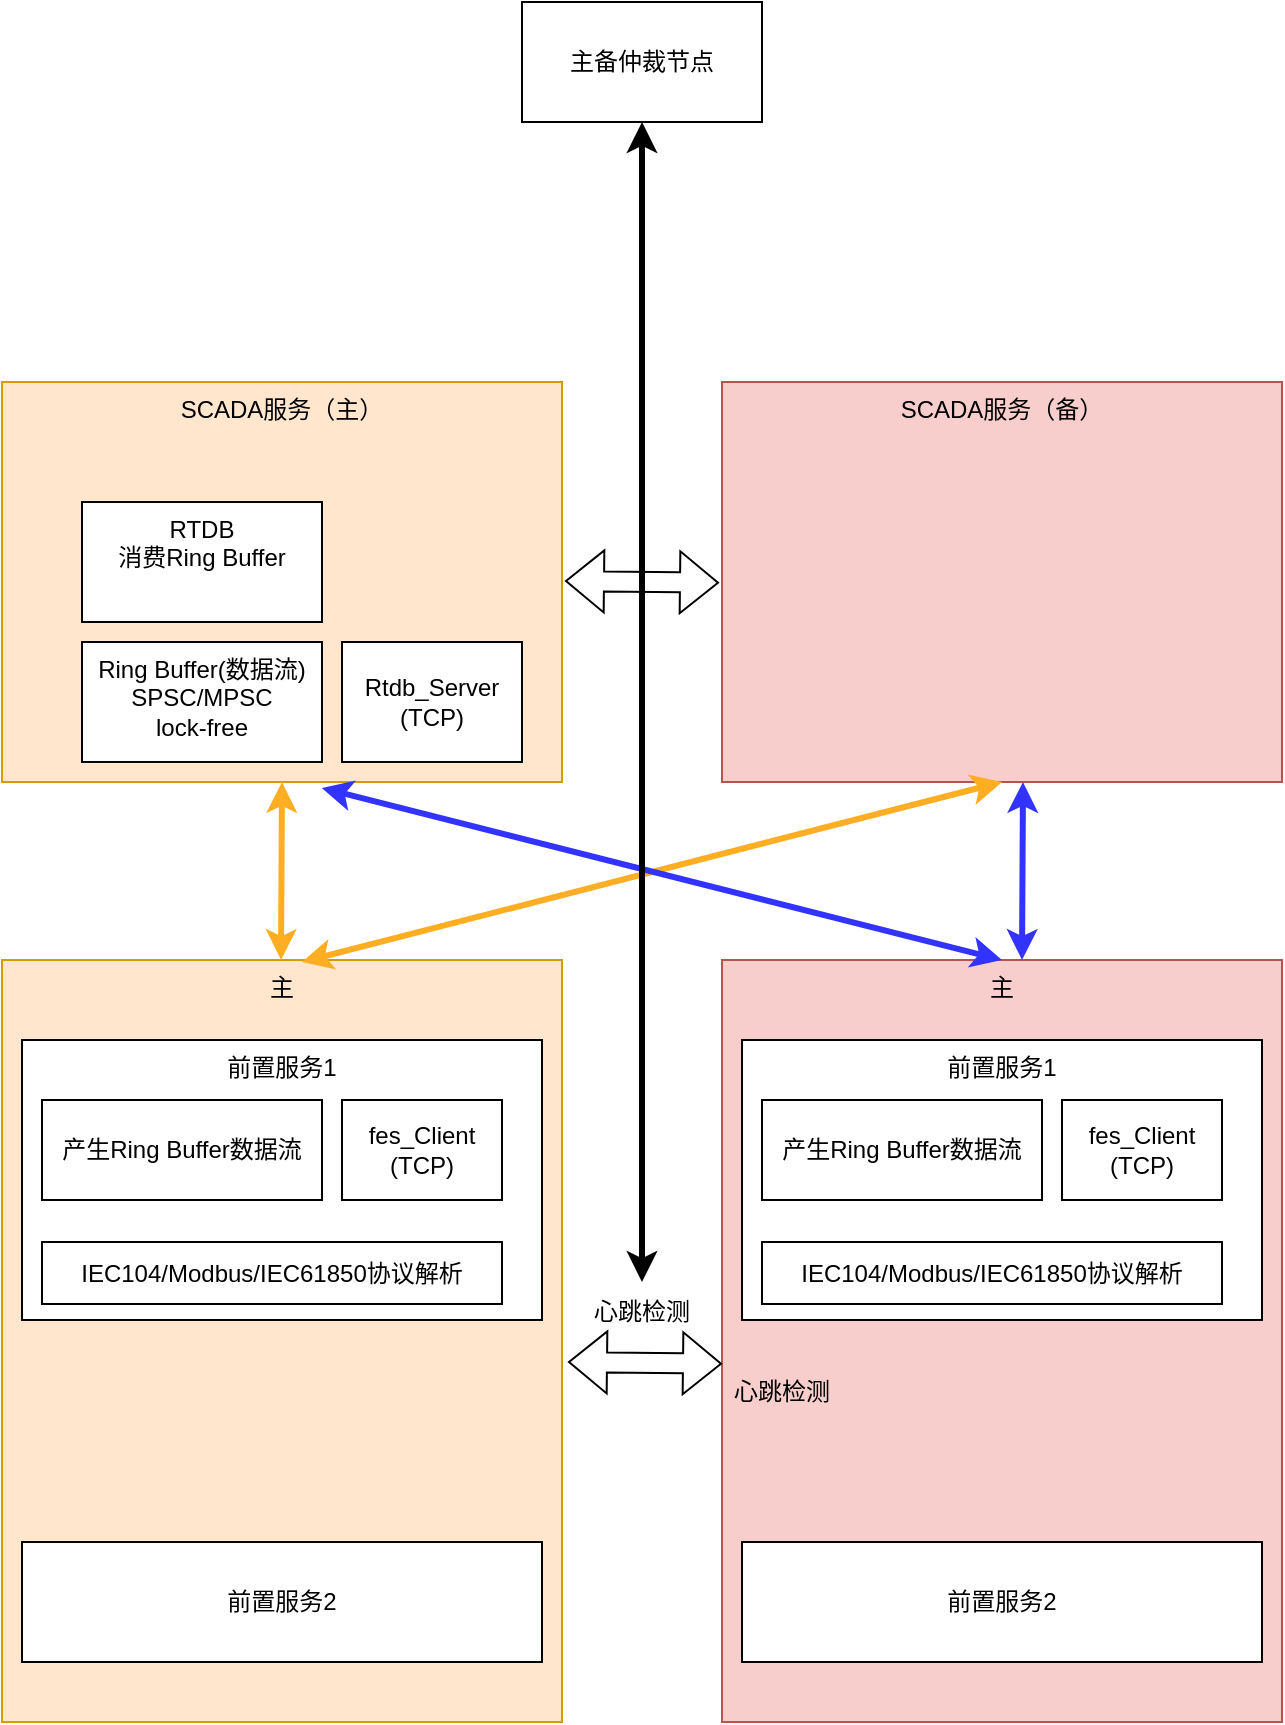
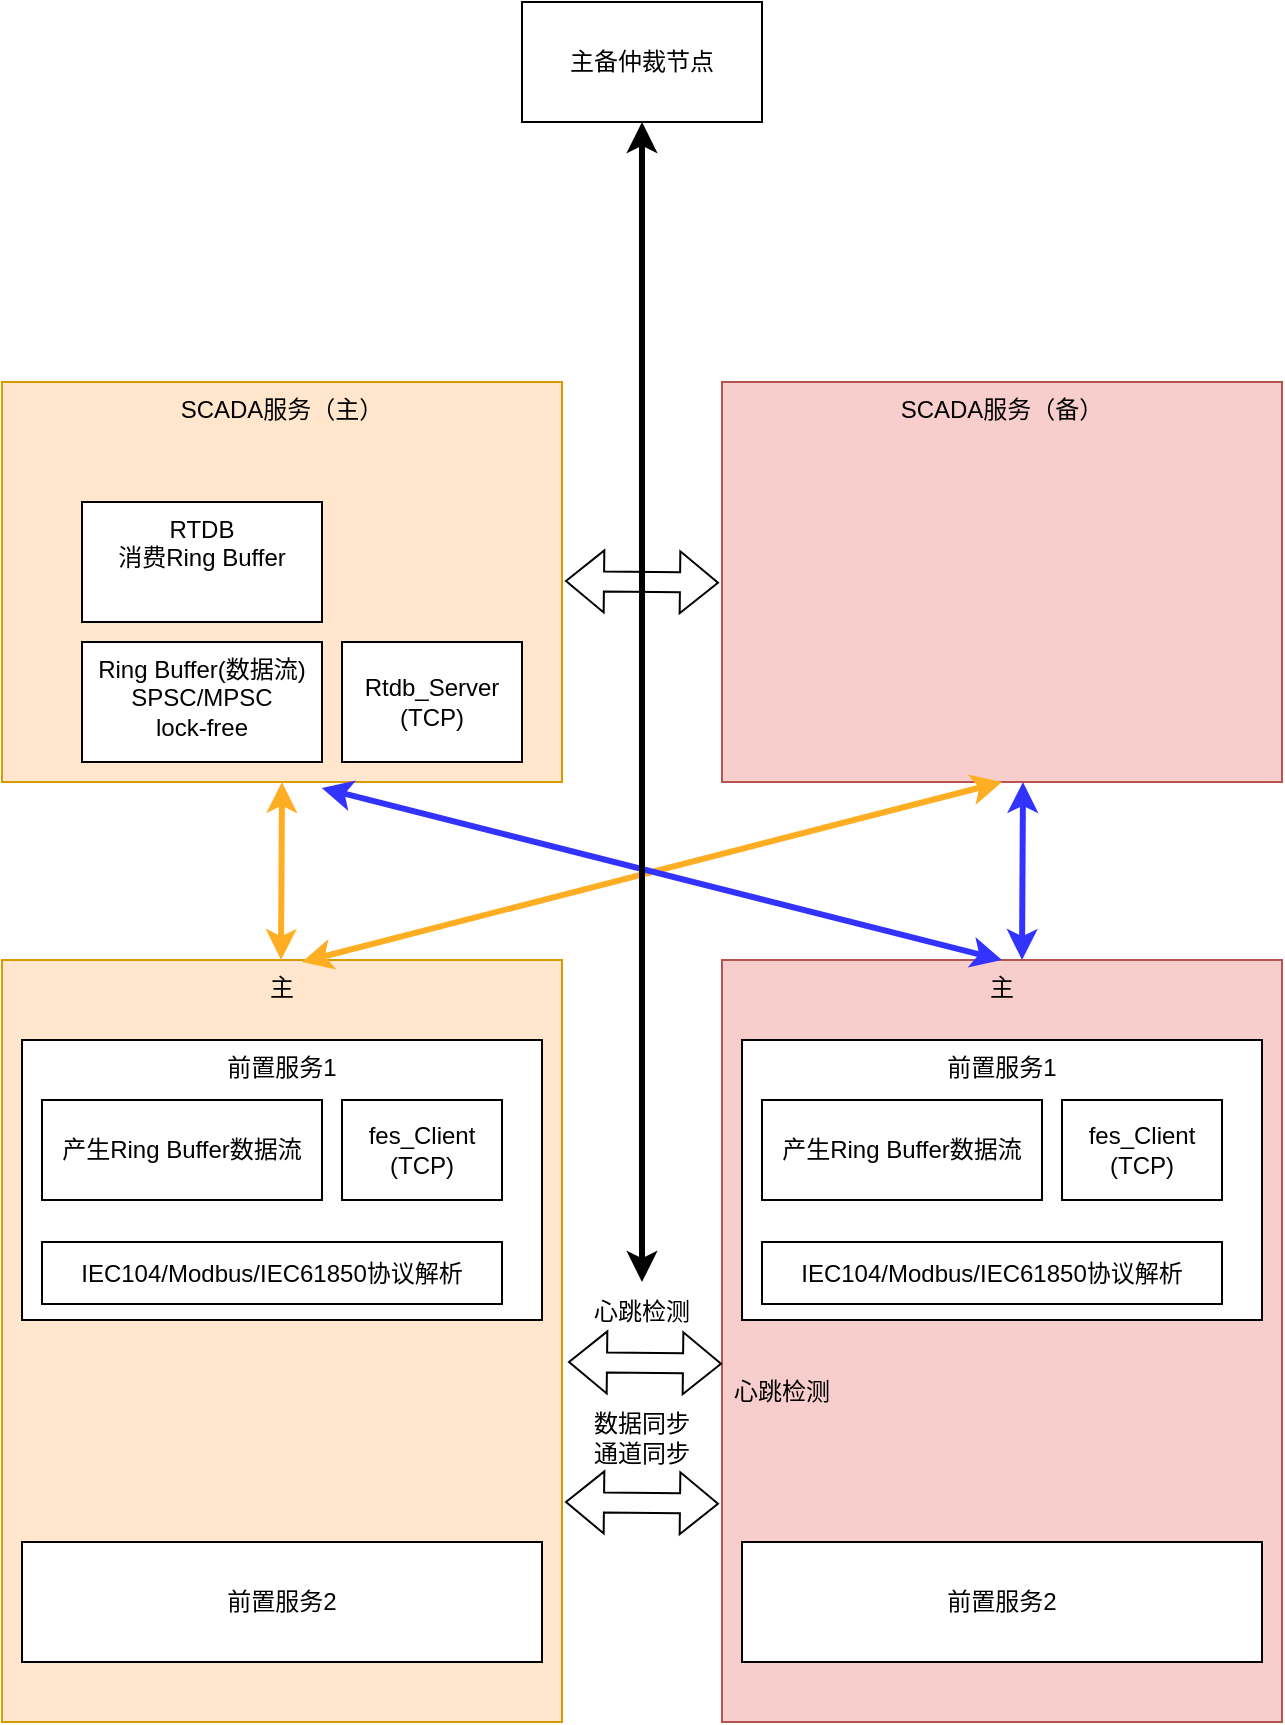
<mxfile host="app.diagrams.net">
  <diagram name="第 1 页" id="B8DYWfWQNEIOsyKvfK1-">
-     <mxGraphModel dx="1414" dy="785" grid="1" gridSize="10" guides="1" tooltips="1" connect="1" arrows="1" fold="1" page="1" pageScale="1" pageWidth="827" pageHeight="1169" math="0" shadow="0">
+     <mxGraphModel dx="1047" dy="581" grid="1" gridSize="10" guides="1" tooltips="1" connect="1" arrows="1" fold="1" page="1" pageScale="1" pageWidth="827" pageHeight="1169" math="0" shadow="0">
      <root>
        <mxCell id="0" />
        <mxCell id="1" parent="0" />
        <mxCell id="kAXPQYTb_9ZiN3N-kw4B-1" parent="1" style="rounded=0;whiteSpace=wrap;html=1;verticalAlign=top;fillColor=#ffe6cc;strokeColor=#d79b00;" value="SCADA服务（主）" vertex="1">
          <mxGeometry height="200" width="280" x="50" y="200" as="geometry" />
        </mxCell>
        <mxCell id="kAXPQYTb_9ZiN3N-kw4B-2" parent="1" style="rounded=0;whiteSpace=wrap;html=1;verticalAlign=top;fillColor=#ffe6cc;strokeColor=#d79b00;" value="主" vertex="1">
          <mxGeometry height="381" width="280" x="50" y="489" as="geometry" />
        </mxCell>
        <mxCell id="kAXPQYTb_9ZiN3N-kw4B-4" parent="1" style="rounded=0;whiteSpace=wrap;html=1;verticalAlign=top;fillColor=#f8cecc;strokeColor=#b85450;" value="SCADA服务（备）" vertex="1">
          <mxGeometry height="200" width="280" x="410" y="200" as="geometry" />
        </mxCell>
        <mxCell id="kAXPQYTb_9ZiN3N-kw4B-5" parent="1" style="rounded=0;whiteSpace=wrap;html=1;verticalAlign=top;align=center;" value="前置服务1" vertex="1">
          <mxGeometry height="140" width="260" x="60" y="529" as="geometry" />
        </mxCell>
        <mxCell id="kAXPQYTb_9ZiN3N-kw4B-6" parent="1" style="rounded=0;whiteSpace=wrap;html=1;" value="前置服务2" vertex="1">
          <mxGeometry height="60" width="260" x="60" y="780" as="geometry" />
        </mxCell>
        <mxCell id="kAXPQYTb_9ZiN3N-kw4B-9" parent="1" style="rounded=0;whiteSpace=wrap;html=1;verticalAlign=top;" value="Ring Buffer(数据流)&lt;div&gt;SPSC/MPSC&lt;/div&gt;&lt;div&gt;lock-free&lt;/div&gt;" vertex="1">
          <mxGeometry height="60" width="120" x="90" y="330" as="geometry" />
        </mxCell>
        <mxCell id="kAXPQYTb_9ZiN3N-kw4B-10" parent="1" style="rounded=0;whiteSpace=wrap;html=1;verticalAlign=top;" value="RTDB&lt;div&gt;消费Ring Buffer&lt;/div&gt;" vertex="1">
          <mxGeometry height="60" width="120" x="90" y="260" as="geometry" />
        </mxCell>
        <mxCell id="kAXPQYTb_9ZiN3N-kw4B-11" parent="1" style="rounded=0;whiteSpace=wrap;html=1;" value="产生Ring Buffer数据流" vertex="1">
          <mxGeometry height="50" width="140" x="70" y="559" as="geometry" />
        </mxCell>
        <mxCell id="kAXPQYTb_9ZiN3N-kw4B-12" edge="1" parent="1" style="endArrow=classic;startArrow=classic;html=1;rounded=0;entryX=0.5;entryY=1;entryDx=0;entryDy=0;strokeColor=#FFAE23;strokeWidth=3;" target="kAXPQYTb_9ZiN3N-kw4B-1" value="">
          <mxGeometry height="50" relative="1" width="50" as="geometry">
            <mxPoint x="189.5" y="489" as="sourcePoint" />
            <mxPoint x="189.5" y="423" as="targetPoint" />
          </mxGeometry>
        </mxCell>
        <mxCell id="kAXPQYTb_9ZiN3N-kw4B-13" parent="1" style="rounded=0;whiteSpace=wrap;html=1;" value="fes_Client&lt;div&gt;(TCP)&lt;/div&gt;" vertex="1">
          <mxGeometry height="50" width="80" x="220" y="559" as="geometry" />
        </mxCell>
        <mxCell id="kAXPQYTb_9ZiN3N-kw4B-15" parent="1" style="rounded=0;whiteSpace=wrap;html=1;" value="Rtdb_Server&lt;div&gt;(TCP)&lt;/div&gt;" vertex="1">
          <mxGeometry height="60" width="90" x="220" y="330" as="geometry" />
        </mxCell>
        <mxCell id="kAXPQYTb_9ZiN3N-kw4B-16" edge="1" parent="1" style="endArrow=classic;startArrow=classic;html=1;rounded=0;entryX=0.5;entryY=1;entryDx=0;entryDy=0;strokeColor=#FFAE23;strokeWidth=3;" target="kAXPQYTb_9ZiN3N-kw4B-4" value="">
          <mxGeometry height="50" relative="1" width="50" as="geometry">
            <mxPoint x="200" y="490" as="sourcePoint" />
            <mxPoint x="219" y="423" as="targetPoint" />
          </mxGeometry>
        </mxCell>
        <mxCell id="kAXPQYTb_9ZiN3N-kw4B-17" parent="1" style="rounded=0;whiteSpace=wrap;html=1;verticalAlign=top;fillColor=#f8cecc;strokeColor=#b85450;" value="主" vertex="1">
          <mxGeometry height="381" width="280" x="410" y="489" as="geometry" />
        </mxCell>
        <mxCell id="kAXPQYTb_9ZiN3N-kw4B-18" parent="1" style="rounded=0;whiteSpace=wrap;html=1;verticalAlign=top;align=center;" value="前置服务1" vertex="1">
          <mxGeometry height="140" width="260" x="420" y="529" as="geometry" />
        </mxCell>
        <mxCell id="kAXPQYTb_9ZiN3N-kw4B-19" parent="1" style="rounded=0;whiteSpace=wrap;html=1;" value="前置服务2" vertex="1">
          <mxGeometry height="60" width="260" x="420" y="780" as="geometry" />
        </mxCell>
        <mxCell id="kAXPQYTb_9ZiN3N-kw4B-20" parent="1" style="rounded=0;whiteSpace=wrap;html=1;" value="产生Ring Buffer数据流" vertex="1">
          <mxGeometry height="50" width="140" x="430" y="559" as="geometry" />
        </mxCell>
        <mxCell id="kAXPQYTb_9ZiN3N-kw4B-21" parent="1" style="rounded=0;whiteSpace=wrap;html=1;" value="fes_Client&lt;div&gt;(TCP)&lt;/div&gt;" vertex="1">
          <mxGeometry height="50" width="80" x="580" y="559" as="geometry" />
        </mxCell>
        <mxCell id="kAXPQYTb_9ZiN3N-kw4B-22" edge="1" parent="1" style="endArrow=classic;startArrow=classic;html=1;rounded=0;entryX=0.5;entryY=1;entryDx=0;entryDy=0;strokeColor=#3333FF;strokeWidth=3;" value="">
          <mxGeometry height="50" relative="1" width="50" as="geometry">
            <mxPoint x="560" y="489" as="sourcePoint" />
            <mxPoint x="560.5" y="400" as="targetPoint" />
          </mxGeometry>
        </mxCell>
        <mxCell id="kAXPQYTb_9ZiN3N-kw4B-23" edge="1" parent="1" source="kAXPQYTb_9ZiN3N-kw4B-17" style="endArrow=classic;startArrow=classic;html=1;rounded=0;entryX=0.571;entryY=1.015;entryDx=0;entryDy=0;entryPerimeter=0;strokeWidth=3;strokeColor=#3333FF;exitX=0.5;exitY=0;exitDx=0;exitDy=0;" target="kAXPQYTb_9ZiN3N-kw4B-1" value="">
          <mxGeometry height="50" relative="1" width="50" as="geometry">
            <mxPoint x="550" y="480" as="sourcePoint" />
            <mxPoint x="590" y="439" as="targetPoint" />
          </mxGeometry>
        </mxCell>
        <mxCell id="kAXPQYTb_9ZiN3N-kw4B-25" edge="1" parent="1" style="shape=flexArrow;endArrow=classic;startArrow=classic;html=1;rounded=0;entryX=0.025;entryY=0.556;entryDx=0;entryDy=0;entryPerimeter=0;" value="">
          <mxGeometry height="100" relative="1" width="100" as="geometry">
            <mxPoint x="333" y="690" as="sourcePoint" />
            <mxPoint x="410" y="690.836" as="targetPoint" />
          </mxGeometry>
        </mxCell>
        <mxCell id="kAXPQYTb_9ZiN3N-kw4B-26" parent="1" style="text;html=1;whiteSpace=wrap;strokeColor=none;fillColor=none;align=center;verticalAlign=middle;rounded=0;" value="心跳检测" vertex="1">
          <mxGeometry height="30" width="60" x="340" y="650" as="geometry" />
        </mxCell>
        <mxCell id="kAXPQYTb_9ZiN3N-kw4B-29" parent="1" style="rounded=0;whiteSpace=wrap;html=1;" value="主备仲裁节点" vertex="1">
          <mxGeometry height="60" width="120" x="310" y="10" as="geometry" />
        </mxCell>
        <mxCell id="kAXPQYTb_9ZiN3N-kw4B-31" parent="1" style="rounded=0;whiteSpace=wrap;html=1;" value="IEC104/Modbus/IEC61850协议解析" vertex="1">
          <mxGeometry height="31" width="230" x="70" y="630" as="geometry" />
        </mxCell>
        <mxCell id="kAXPQYTb_9ZiN3N-kw4B-32" parent="1" style="rounded=0;whiteSpace=wrap;html=1;" value="IEC104/Modbus/IEC61850协议解析" vertex="1">
          <mxGeometry height="31" width="230" x="430" y="630" as="geometry" />
        </mxCell>
        <mxCell id="kAXPQYTb_9ZiN3N-kw4B-33" edge="1" parent="1" style="shape=flexArrow;endArrow=classic;startArrow=classic;html=1;rounded=0;entryX=0.025;entryY=0.556;entryDx=0;entryDy=0;entryPerimeter=0;" value="">
          <mxGeometry height="100" relative="1" width="100" as="geometry">
            <mxPoint x="331.5" y="299.5" as="sourcePoint" />
            <mxPoint x="408.5" y="300.336" as="targetPoint" />
          </mxGeometry>
        </mxCell>
        <mxCell id="kAXPQYTb_9ZiN3N-kw4B-35" edge="1" parent="1" source="kAXPQYTb_9ZiN3N-kw4B-26" style="endArrow=classic;startArrow=classic;html=1;rounded=0;strokeWidth=3;entryX=0.5;entryY=1;entryDx=0;entryDy=0;" target="kAXPQYTb_9ZiN3N-kw4B-29" value="">
          <mxGeometry height="50" relative="1" width="50" as="geometry">
            <mxPoint x="370" y="650" as="sourcePoint" />
            <mxPoint x="360" y="140" as="targetPoint" />
          </mxGeometry>
        </mxCell>
        <mxCell id="kAXPQYTb_9ZiN3N-kw4B-36" parent="1" style="text;html=1;whiteSpace=wrap;strokeColor=none;fillColor=none;align=center;verticalAlign=middle;rounded=0;" value="心跳检测" vertex="1">
          <mxGeometry height="30" width="60" x="410" y="690" as="geometry" />
        </mxCell>
+         <mxCell id="kAXPQYTb_9ZiN3N-kw4B-38" edge="1" parent="1" style="shape=flexArrow;endArrow=classic;startArrow=classic;html=1;rounded=0;entryX=0.025;entryY=0.556;entryDx=0;entryDy=0;entryPerimeter=0;" value="">
+           <mxGeometry height="100" relative="1" width="100" as="geometry">
+             <mxPoint x="331.5" y="760" as="sourcePoint" />
+             <mxPoint x="408.5" y="760.836" as="targetPoint" />
+           </mxGeometry>
+         </mxCell>
+         <mxCell id="kAXPQYTb_9ZiN3N-kw4B-39" parent="1" style="text;html=1;whiteSpace=wrap;strokeColor=none;fillColor=none;align=center;verticalAlign=middle;rounded=0;" value="数据同步&lt;div&gt;通道同步&lt;/div&gt;" vertex="1">
+           <mxGeometry height="30" width="60" x="340" y="713" as="geometry" />
+         </mxCell>
      </root>
    </mxGraphModel>
  </diagram>
</mxfile>
